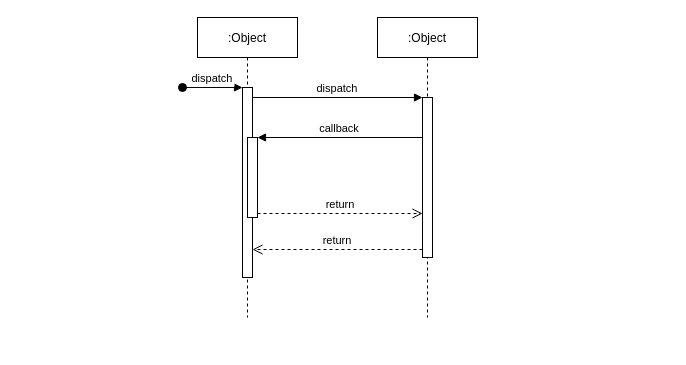
The draw.io diagram Untitled Diagram.drawio in NathanMBui/bank-topup, before the edit. Source tidied: cells renumbered, new cells numbered last; positions are measured from the earlier drawing's top-left corner, leaving out a move shared by most shapes. Both pictures are drawn from the tidied source at 100%, with x=0, y=0 at pixel (182, 17).
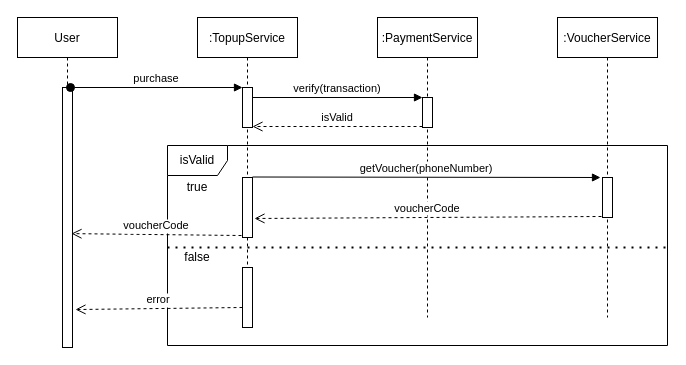
Above is the later version.

Diff of the diagram source:
```diff
@@
-    <mxCell id="2" value=":Object" style="shape=umlLifeline;perimeter=lifelinePerimeter;rounded=0;shadow=0;strokeWidth=1;" parent="1" vertex="1">
+    <mxCell id="2" value=":TopupService" style="shape=umlLifeline;perimeter=lifelinePerimeter;rounded=0;shadow=0;strokeWidth=1;" parent="1" vertex="1">
       <mxGeometry x="15" width="100" height="300" as="geometry" />
     </mxCell>
     <mxCell id="3" style="points=[];perimeter=orthogonalPerimeter;rounded=0;shadow=0;strokeWidth=1;" parent="2" vertex="1">
-      <mxGeometry x="45" y="70" width="10" height="190" as="geometry" />
+      <mxGeometry x="45" y="70" width="10" height="40" as="geometry" />
     </mxCell>
-    <mxCell id="4" value="dispatch" style="verticalAlign=bottom;startArrow=oval;endArrow=block;startSize=8;shadow=0;strokeWidth=1;" parent="2" edge="1" target="3">
-      <mxGeometry relative="1" as="geometry">
-        <mxPoint x="-15" y="70" as="sourcePoint" />
-      </mxGeometry>
-    </mxCell>
-    <mxCell id="5" style="points=[];perimeter=orthogonalPerimeter;rounded=0;shadow=0;strokeWidth=1;" parent="2" vertex="1">
-      <mxGeometry x="50" y="120" width="10" height="80" as="geometry" />
-    </mxCell>
-    <mxCell id="6" value=":Object" style="shape=umlLifeline;perimeter=lifelinePerimeter;rounded=0;shadow=0;strokeWidth=1;" parent="1" vertex="1">
+    <mxCell id="6" value=":PaymentService" style="shape=umlLifeline;perimeter=lifelinePerimeter;rounded=0;shadow=0;strokeWidth=1;" parent="1" vertex="1">
       <mxGeometry x="195" width="100" height="300" as="geometry" />
     </mxCell>
     <mxCell id="7" style="points=[];perimeter=orthogonalPerimeter;rounded=0;shadow=0;strokeWidth=1;" parent="6" vertex="1">
-      <mxGeometry x="45" y="80" width="10" height="160" as="geometry" />
+      <mxGeometry x="45" y="80" width="10" height="30" as="geometry" />
     </mxCell>
-    <mxCell id="8" value="return" style="verticalAlign=bottom;endArrow=open;dashed=1;endSize=8;exitX=0;exitY=0.95;shadow=0;strokeWidth=1;" parent="1" edge="1" source="7" target="3">
-      <mxGeometry relative="1" as="geometry" />
+    <mxCell id="8" value="isValid" style="verticalAlign=bottom;endArrow=open;dashed=1;endSize=8;exitX=0;exitY=0.95;shadow=0;strokeWidth=1;" parent="1" edge="1">
+      <mxGeometry relative="1" as="geometry">
+        <mxPoint x="240" y="109" as="sourcePoint" />
+        <mxPoint x="70" y="109" as="targetPoint" />
+      </mxGeometry>
     </mxCell>
-    <mxCell id="9" value="dispatch" style="verticalAlign=bottom;endArrow=block;entryX=0;entryY=0;shadow=0;strokeWidth=1;" parent="1" edge="1" source="3" target="7">
+    <mxCell id="9" value="verify(transaction)" style="verticalAlign=bottom;endArrow=block;entryX=0;entryY=0;shadow=0;strokeWidth=1;" parent="1" edge="1" source="3" target="7">
       <mxGeometry relative="1" as="geometry" />
     </mxCell>
-    <mxCell id="10" value="callback" style="verticalAlign=bottom;endArrow=block;entryX=1;entryY=0;shadow=0;strokeWidth=1;" parent="1" edge="1" source="7" target="5">
-      <mxGeometry relative="1" as="geometry" />
-    </mxCell>
-    <mxCell id="11" value="return" style="verticalAlign=bottom;endArrow=open;dashed=1;endSize=8;exitX=1;exitY=0.95;shadow=0;strokeWidth=1;" parent="1" edge="1" source="5" target="7">
-      <mxGeometry relative="1" as="geometry" />
-    </mxCell>
+    <mxCell id="12" value=":VoucherService" style="shape=umlLifeline;perimeter=lifelinePerimeter;rounded=0;shadow=0;strokeWidth=1;" parent="1" vertex="1">
+      <mxGeometry x="375" width="100" height="300" as="geometry" />
+    </mxCell>
+    <mxCell id="13" value="isValid" style="shape=umlFrame;whiteSpace=wrap;html=1;" parent="1" vertex="1">
+      <mxGeometry x="-15" y="128" width="500" height="200" as="geometry" />
+    </mxCell>
+    <mxCell id="14" value="true" style="text;html=1;strokeColor=none;fillColor=none;align=center;verticalAlign=middle;whiteSpace=wrap;rounded=0;" parent="1" vertex="1">
+      <mxGeometry x="-5" y="160" width="40" height="20" as="geometry" />
+    </mxCell>
+    <mxCell id="15" style="points=[];perimeter=orthogonalPerimeter;rounded=0;shadow=0;strokeWidth=1;" parent="1" vertex="1">
+      <mxGeometry x="60" y="160" width="10" height="60" as="geometry" />
+    </mxCell>
+    <mxCell id="16" value="getVoucher(phoneNumber)" style="verticalAlign=bottom;endArrow=block;shadow=0;strokeWidth=1;" parent="1" edge="1">
+      <mxGeometry relative="1" as="geometry">
+        <mxPoint x="70" y="159.5" as="sourcePoint" />
+        <mxPoint x="418" y="160" as="targetPoint" />
+      </mxGeometry>
+    </mxCell>
+    <mxCell id="17" style="points=[];perimeter=orthogonalPerimeter;rounded=0;shadow=0;strokeWidth=1;" parent="1" vertex="1">
+      <mxGeometry x="420" y="160" width="10" height="40" as="geometry" />
+    </mxCell>
+    <mxCell id="18" value="voucherCode" style="verticalAlign=bottom;endArrow=open;dashed=1;endSize=8;exitX=-0.1;exitY=0.975;shadow=0;strokeWidth=1;entryX=1.2;entryY=0.683;entryDx=0;entryDy=0;entryPerimeter=0;exitDx=0;exitDy=0;exitPerimeter=0;" parent="1" edge="1" source="17" target="15">
+      <mxGeometry relative="1" as="geometry" />
+    </mxCell>
+    <mxCell id="19" style="endArrow=none;dashed=1;html=1;dashPattern=1 3;strokeWidth=2;exitX=0;exitY=0.51;exitDx=0;exitDy=0;exitPerimeter=0;entryX=0.998;entryY=0.51;entryDx=0;entryDy=0;entryPerimeter=0;" parent="1" edge="1" source="13" target="13">
+      <mxGeometry relative="1" as="geometry" />
+    </mxCell>
+    <mxCell id="20" value="false" style="text;html=1;strokeColor=none;fillColor=none;align=center;verticalAlign=middle;whiteSpace=wrap;rounded=0;" parent="1" vertex="1">
+      <mxGeometry x="-5" y="230" width="40" height="20" as="geometry" />
+    </mxCell>
+    <mxCell id="21" value="User" style="shape=umlLifeline;perimeter=lifelinePerimeter;rounded=0;shadow=0;strokeWidth=1;" parent="1" vertex="1">
+      <mxGeometry x="-165" width="100" height="330" as="geometry" />
+    </mxCell>
+    <mxCell id="22" style="points=[];perimeter=orthogonalPerimeter;rounded=0;shadow=0;strokeWidth=1;" parent="21" vertex="1">
+      <mxGeometry x="45" y="70" width="10" height="260" as="geometry" />
+    </mxCell>
+    <mxCell id="4" value="purchase" style="verticalAlign=bottom;startArrow=oval;endArrow=block;startSize=8;shadow=0;strokeWidth=1;exitX=0.8;exitY=0;exitDx=0;exitDy=0;exitPerimeter=0;" parent="1" edge="1" source="22" target="3">
+      <mxGeometry relative="1" as="geometry" />
+    </mxCell>
+    <mxCell id="23" value="voucherCode" style="verticalAlign=bottom;endArrow=open;dashed=1;endSize=8;shadow=0;strokeWidth=1;exitX=-0.1;exitY=0.967;exitDx=0;exitDy=0;exitPerimeter=0;entryX=0.9;entryY=0.562;entryDx=0;entryDy=0;entryPerimeter=0;" parent="1" edge="1" source="15" target="22">
+      <mxGeometry relative="1" as="geometry" />
+    </mxCell>
+    <mxCell id="24" value="error" style="verticalAlign=bottom;endArrow=open;dashed=1;endSize=8;shadow=0;strokeWidth=1;entryX=1.3;entryY=0.854;entryDx=0;entryDy=0;entryPerimeter=0;exitX=-0.1;exitY=0.967;exitDx=0;exitDy=0;exitPerimeter=0;" parent="1" edge="1" target="22">
+      <mxGeometry relative="1" as="geometry">
+        <mxPoint x="60" y="290" as="sourcePoint" />
+      </mxGeometry>
+    </mxCell>
+    <mxCell id="25" style="perimeter=orthogonalPerimeter;rounded=0;shadow=0;strokeWidth=1;" parent="1" vertex="1">
+      <mxGeometry x="60" y="250" width="10" height="60" as="geometry" />
+    </mxCell>
```
